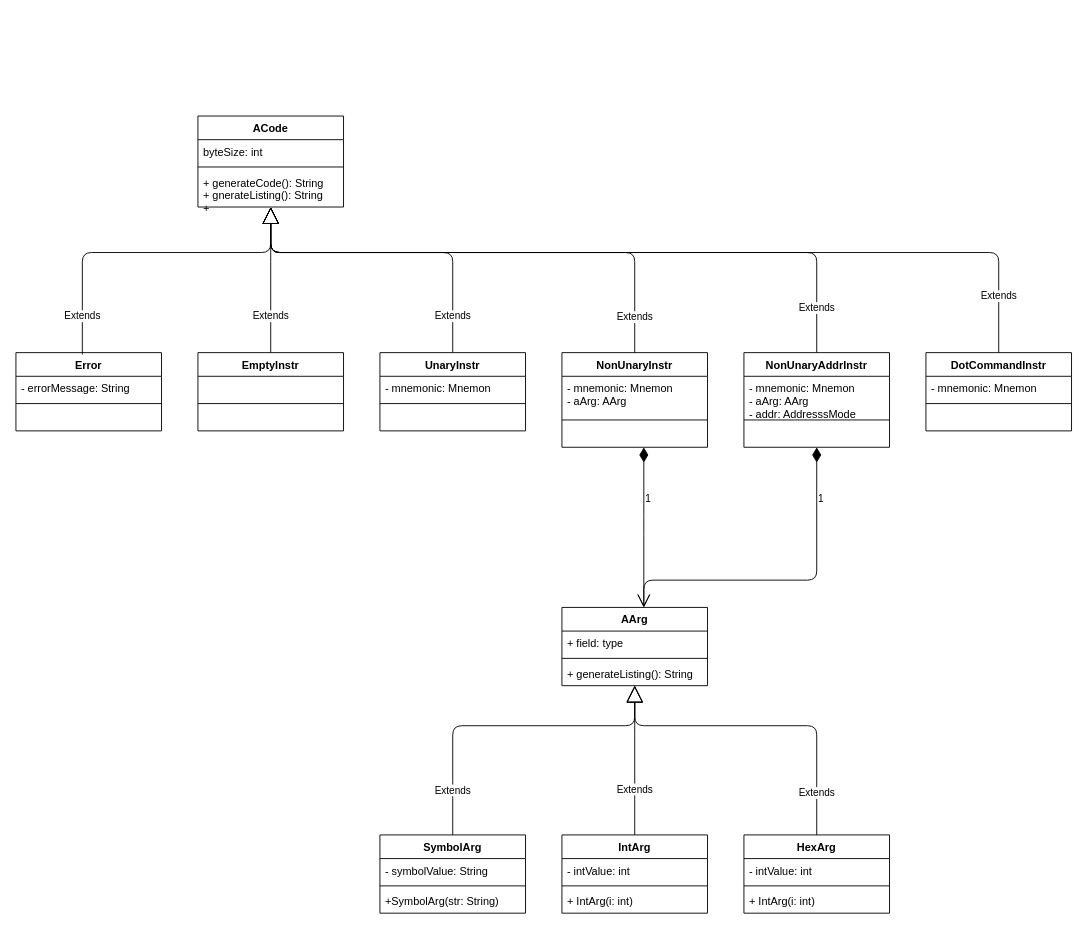
This is docs/Instructions.drawio from zackthomas1/Pep9Assembler, a draw.io file, before an edit. Source tidied: cells renumbered, new cells numbered last; positions are measured from the earlier drawing's top-left corner, leaving out a move shared by most shapes. Both pictures are drawn from the tidied source at 91%, with x=0, y=0 at pixel (15, 116).
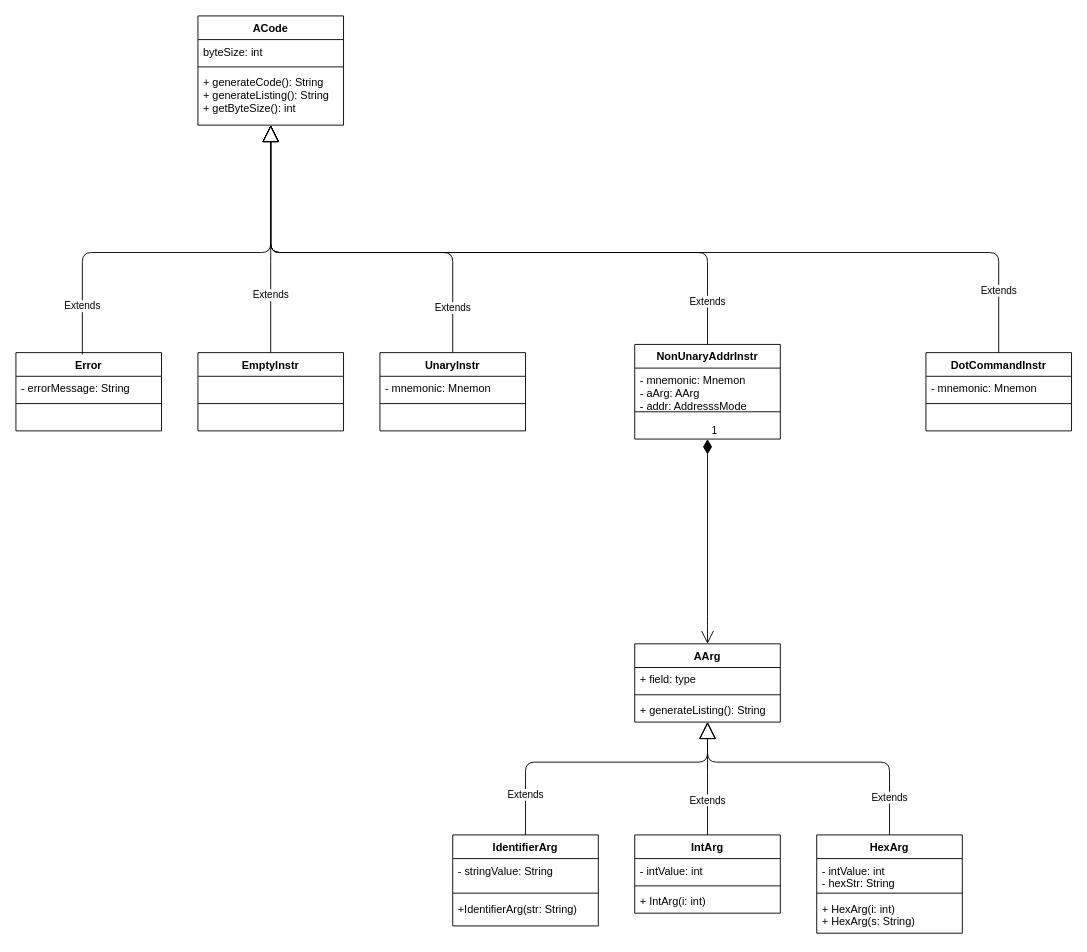
After the change.

Unchanged cells that the change refers to:
```xml
<mxCell id="29" value="  " style="text;strokeColor=none;fillColor=none;align=left;verticalAlign=top;spacingLeft=4;spacingRight=4;overflow=hidden;points=[[0,0.5],[1,0.5]];portConstraint=eastwest;" parent="26" vertex="1">
  <mxGeometry y="78" width="160" height="26" as="geometry" />
</mxCell>
<mxCell id="39" value="+ generateListing(): String" style="text;strokeColor=none;fillColor=none;align=left;verticalAlign=top;spacingLeft=4;spacingRight=4;overflow=hidden;points=[[0,0.5],[1,0.5]];portConstraint=eastwest;" parent="36" vertex="1">
  <mxGeometry y="60" width="160" height="26" as="geometry" />
</mxCell>
```

What changed in the source:
```diff
@@
     <mxCell id="2" value="ACode" style="swimlane;fontStyle=1;align=center;verticalAlign=top;horizontal=1;startSize=26;" parent="1" vertex="1">
-      <mxGeometry x="200" width="160" height="100" as="geometry" />
+      <mxGeometry x="200" y="-110" width="160" height="120" as="geometry" />
     </mxCell>
@@
-    <mxCell id="5" value="+ generateCode(): String&#10;+ gnerateListing(): String&#10;+" style="text;strokeColor=none;fillColor=none;align=left;verticalAlign=top;spacingLeft=4;spacingRight=4;overflow=hidden;points=[[0,0.5],[1,0.5]];portConstraint=eastwest;" parent="2" vertex="1">
-      <mxGeometry y="60" width="160" height="40" as="geometry" />
+    <mxCell id="5" value="+ generateCode(): String&#10;+ generateListing(): String&#10;+ getByteSize(): int" style="text;strokeColor=none;fillColor=none;align=left;verticalAlign=top;spacingLeft=4;spacingRight=4;overflow=hidden;points=[[0,0.5],[1,0.5]];portConstraint=eastwest;" parent="2" vertex="1">
+      <mxGeometry y="60" width="160" height="60" as="geometry" />
     </mxCell>
@@
-    <mxCell id="21" value="NonUnaryInstr" style="swimlane;fontStyle=1;align=center;verticalAlign=top;horizontal=1;startSize=26;" parent="1" vertex="1">
-      <mxGeometry x="600" y="260" width="160" height="104" as="geometry" />
-    </mxCell>
-    <mxCell id="22" value="- mnemonic: Mnemon&#10;- aArg: AArg" style="text;strokeColor=none;fillColor=none;align=left;verticalAlign=top;spacingLeft=4;spacingRight=4;overflow=hidden;" parent="21" vertex="1">
-      <mxGeometry y="26" width="160" height="44" as="geometry" />
-    </mxCell>
-    <mxCell id="23" style="line;strokeWidth=1;fillColor=none;align=left;verticalAlign=middle;spacingTop=-1;spacingLeft=3;spacingRight=3;labelPosition=right;" parent="21" vertex="1">
-      <mxGeometry y="70" width="160" height="8" as="geometry" />
-    </mxCell>
-    <mxCell id="24" value="  " style="text;strokeColor=none;fillColor=none;align=left;verticalAlign=top;spacingLeft=4;spacingRight=4;overflow=hidden;points=[[0,0.5],[1,0.5]];portConstraint=eastwest;" parent="21" vertex="1">
-      <mxGeometry y="78" width="160" height="26" as="geometry" />
-    </mxCell>
-    <mxCell id="25" value="Extends" style="endArrow=block;endSize=16;endFill=0;html=1;" parent="1" edge="1" source="21" target="5">
-      <mxGeometry x="-0.86" relative="1" as="geometry">
-        <Array as="points">
-          <mxPoint x="680" y="150" />
-          <mxPoint x="280" y="150" />
-        </Array>
-      </mxGeometry>
-    </mxCell>
     <mxCell id="26" value="NonUnaryAddrInstr" style="swimlane;fontStyle=1;align=center;verticalAlign=top;horizontal=1;startSize=26;" parent="1" vertex="1">
-      <mxGeometry x="800" y="260" width="160" height="104" as="geometry" />
+      <mxGeometry x="680" y="251" width="160" height="104" as="geometry" />
     </mxCell>
@@
     <mxCell id="30" value="Extends" style="endArrow=block;endSize=16;endFill=0;html=1;" parent="1" edge="1" source="26" target="5">
       <mxGeometry x="-0.87" relative="1" as="geometry">
         <Array as="points">
-          <mxPoint x="880" y="150" />
+          <mxPoint x="760" y="150" />
           <mxPoint x="280" y="150" />
         </Array>
       </mxGeometry>
     </mxCell>
@@
     <mxCell id="36" value="AArg" style="swimlane;fontStyle=1;align=center;verticalAlign=top;horizontal=1;startSize=26;" parent="1" vertex="1">
-      <mxGeometry x="600" y="540" width="160" height="86" as="geometry" />
+      <mxGeometry x="680" y="580" width="160" height="86" as="geometry" />
     </mxCell>
@@
-    <mxCell id="40" value="1" style="endArrow=open;html=1;endSize=12;startArrow=diamondThin;startSize=14;startFill=1;edgeStyle=orthogonalEdgeStyle;align=left;verticalAlign=bottom;" parent="1" edge="1" source="24" target="36">
-      <mxGeometry x="-0.25" relative="1" as="geometry">
-        <Array as="points">
-          <mxPoint x="690" y="450" />
-          <mxPoint x="690" y="450" />
-        </Array>
-      </mxGeometry>
-    </mxCell>
-    <mxCell id="41" value="SymbolArg" style="swimlane;fontStyle=1;align=center;verticalAlign=top;horizontal=1;startSize=26;" parent="1" vertex="1">
-      <mxGeometry x="400" y="790" width="160" height="86" as="geometry" />
+    <mxCell id="41" value="IdentifierArg" style="swimlane;fontStyle=1;align=center;verticalAlign=top;horizontal=1;startSize=26;" parent="1" vertex="1">
+      <mxGeometry x="480" y="790" width="160" height="100" as="geometry" />
     </mxCell>
-    <mxCell id="42" value="- symbolValue: String" style="text;strokeColor=none;fillColor=none;align=left;verticalAlign=top;spacingLeft=4;spacingRight=4;overflow=hidden;" parent="41" vertex="1">
-      <mxGeometry y="26" width="160" height="26" as="geometry" />
+    <mxCell id="42" value="- stringValue: String" style="text;strokeColor=none;fillColor=none;align=left;verticalAlign=top;spacingLeft=4;spacingRight=4;overflow=hidden;" parent="41" vertex="1">
+      <mxGeometry y="26" width="160" height="34" as="geometry" />
     </mxCell>
     <mxCell id="43" style="line;strokeWidth=1;fillColor=none;align=left;verticalAlign=middle;spacingTop=-1;spacingLeft=3;spacingRight=3;labelPosition=right;" parent="41" vertex="1">
-      <mxGeometry y="52" width="160" height="8" as="geometry" />
+      <mxGeometry y="60" width="160" height="8" as="geometry" />
     </mxCell>
-    <mxCell id="44" value="+SymbolArg(str: String)" style="text;strokeColor=none;fillColor=none;align=left;verticalAlign=top;spacingLeft=4;spacingRight=4;overflow=hidden;" parent="41" vertex="1">
-      <mxGeometry y="60" width="160" height="26" as="geometry" />
+    <mxCell id="44" value="+IdentifierArg(str: String)" style="text;strokeColor=none;fillColor=none;align=left;verticalAlign=top;spacingLeft=4;spacingRight=4;overflow=hidden;" parent="41" vertex="1">
+      <mxGeometry y="68" width="160" height="32" as="geometry" />
     </mxCell>
     <mxCell id="45" value="Extends" style="endArrow=block;endSize=16;endFill=0;html=1;" parent="1" edge="1" source="41" target="39">
       <mxGeometry x="-0.73" relative="1" as="geometry">
         <Array as="points">
-          <mxPoint x="480" y="740" />
-          <mxPoint x="480" y="670" />
-          <mxPoint x="680" y="670" />
+          <mxPoint x="560" y="710" />
+          <mxPoint x="760" y="710" />
         </Array>
       </mxGeometry>
     </mxCell>
     <mxCell id="46" value="IntArg" style="swimlane;fontStyle=1;align=center;verticalAlign=top;horizontal=1;startSize=26;" parent="1" vertex="1">
-      <mxGeometry x="600" y="790" width="160" height="86" as="geometry" />
+      <mxGeometry x="680" y="790" width="160" height="86" as="geometry" />
     </mxCell>
@@
     <mxCell id="50" value="Extends" style="endArrow=block;endSize=16;endFill=0;html=1;" parent="1" edge="1" source="46" target="39">
       <mxGeometry x="-0.39" relative="1" as="geometry">
         <Array as="points">
-          <mxPoint x="680" y="670" />
+          <mxPoint x="760" y="710" />
         </Array>
       </mxGeometry>
     </mxCell>
-    <mxCell id="51" value="1" style="endArrow=open;html=1;endSize=12;startArrow=diamondThin;startSize=14;startFill=1;edgeStyle=orthogonalEdgeStyle;align=left;verticalAlign=bottom;" parent="1" edge="1" source="29" target="36">
-      <mxGeometry x="-0.64" relative="1" as="geometry">
-        <Array as="points">
-          <mxPoint x="880" y="510" />
-          <mxPoint x="690" y="510" />
-        </Array>
-      </mxGeometry>
-    </mxCell>
     <mxCell id="52" value="HexArg" style="swimlane;fontStyle=1;align=center;verticalAlign=top;horizontal=1;startSize=26;" parent="1" vertex="1">
-      <mxGeometry x="800" y="790" width="160" height="86" as="geometry" />
+      <mxGeometry x="880" y="790" width="160" height="108" as="geometry" />
     </mxCell>
-    <mxCell id="53" value="- intValue: int        " style="text;strokeColor=none;fillColor=none;align=left;verticalAlign=top;spacingLeft=4;spacingRight=4;overflow=hidden;" parent="52" vertex="1">
-      <mxGeometry y="26" width="160" height="26" as="geometry" />
+    <mxCell id="53" value="- intValue: int        &#10;- hexStr: String" style="text;strokeColor=none;fillColor=none;align=left;verticalAlign=top;spacingLeft=4;spacingRight=4;overflow=hidden;" parent="52" vertex="1">
+      <mxGeometry y="26" width="160" height="34" as="geometry" />
     </mxCell>
     <mxCell id="54" style="line;strokeWidth=1;fillColor=none;align=left;verticalAlign=middle;spacingTop=-1;spacingLeft=3;spacingRight=3;labelPosition=right;" parent="52" vertex="1">
-      <mxGeometry y="52" width="160" height="8" as="geometry" />
+      <mxGeometry y="60" width="160" height="8" as="geometry" />
     </mxCell>
-    <mxCell id="55" value="+ IntArg(i: int)" style="text;strokeColor=none;fillColor=none;align=left;verticalAlign=top;spacingLeft=4;spacingRight=4;overflow=hidden;" parent="52" vertex="1">
-      <mxGeometry y="60" width="160" height="26" as="geometry" />
+    <mxCell id="55" value="+ HexArg(i: int) &#10;+ HexArg(s: String)" style="text;strokeColor=none;fillColor=none;align=left;verticalAlign=top;spacingLeft=4;spacingRight=4;overflow=hidden;" parent="52" vertex="1">
+      <mxGeometry y="68" width="160" height="40" as="geometry" />
     </mxCell>
     <mxCell id="56" value="Extends" style="endArrow=block;endSize=16;endFill=0;html=1;" parent="1" edge="1" source="52" target="39">
       <mxGeometry x="-0.75" relative="1" as="geometry">
         <Array as="points">
-          <mxPoint x="880" y="670" />
-          <mxPoint x="680" y="670" />
+          <mxPoint x="960" y="710" />
+          <mxPoint x="760" y="710" />
         </Array>
       </mxGeometry>
     </mxCell>
+    <mxCell id="51" value="1" style="endArrow=open;html=1;endSize=12;startArrow=diamondThin;startSize=14;startFill=1;edgeStyle=orthogonalEdgeStyle;align=left;verticalAlign=bottom;entryX=0.5;entryY=0;entryDx=0;entryDy=0;" parent="1" edge="1" source="29" target="36">
+      <mxGeometry x="-1" y="3" relative="1" as="geometry">
+        <Array as="points">
+          <mxPoint x="760" y="560" />
+        </Array>
+      </mxGeometry>
+    </mxCell>
```
